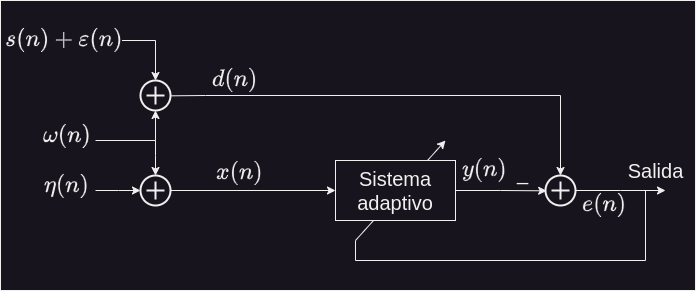
Above: Verilog/TP_final/doc/block_diagram.png in kevingiribuela/portfolio (draw.io), before the change. Source tidied: cells renumbered, new cells last; positions are measured from the earlier drawing's top-left corner, leaving out a move shared by most shapes. Its diagram source:
```xml
<mxGraphModel math="1">
  <root>
    <mxCell id="0" />
    <mxCell id="1" parent="0" />
    <mxCell id="2" style="rounded=0;whiteSpace=wrap;html=1;" parent="1" vertex="1">
      <mxGeometry width="695" height="290" as="geometry" />
    </mxCell>
    <mxCell id="3" style="edgeStyle=orthogonalEdgeStyle;rounded=0;jettySize=auto;html=1;endArrow=none;endFill=0;" parent="1" edge="1" source="12">
      <mxGeometry relative="1" as="geometry">
        <mxPoint x="355" y="240" as="targetPoint" />
        <Array as="points">
          <mxPoint x="645" y="190" />
          <mxPoint x="645" y="260" />
          <mxPoint x="355" y="260" />
        </Array>
      </mxGeometry>
    </mxCell>
    <mxCell id="4" value="$$ \omega(n)$$" style="edgeLabel;html=1;align=center;verticalAlign=middle;fontSize=20;" parent="1" vertex="1">
      <mxGeometry x="65" y="140" as="geometry">
        <mxPoint x="1" y="-5" as="offset" />
      </mxGeometry>
    </mxCell>
    <mxCell id="5" style="endArrow=classic;html=1;rounded=0;" parent="1" edge="1">
      <mxGeometry relative="1" as="geometry">
        <mxPoint x="355" y="240" as="sourcePoint" />
        <mxPoint x="445" y="140" as="targetPoint" />
      </mxGeometry>
    </mxCell>
    <mxCell id="6" value="Salida" style="edgeLabel;html=1;align=center;verticalAlign=middle;fontSize=20;" parent="1" vertex="1">
      <mxGeometry x="655" y="170" as="geometry" />
    </mxCell>
    <mxCell id="7" value="$$d(n)$$" style="edgeLabel;html=1;align=center;verticalAlign=middle;fontSize=20;spacing=0;" parent="1" vertex="1">
      <mxGeometry x="235" y="80" as="geometry">
        <mxPoint x="-1" y="-1" as="offset" />
      </mxGeometry>
    </mxCell>
    <mxCell id="8" value="$$e(n)$$" style="edgeLabel;html=1;align=center;verticalAlign=middle;fontSize=20;spacing=0;" parent="1" vertex="1">
      <mxGeometry x="605" y="205" as="geometry">
        <mxPoint x="-1" y="-1" as="offset" />
      </mxGeometry>
    </mxCell>
    <mxCell id="9" value="$$y(n)$$" style="edgeLabel;html=1;align=center;verticalAlign=middle;fontSize=20;spacing=0;" parent="1" vertex="1">
      <mxGeometry x="485" y="170" as="geometry">
        <mxPoint x="-1" y="-1" as="offset" />
      </mxGeometry>
    </mxCell>
    <mxCell id="10" style="edgeStyle=orthogonalEdgeStyle;rounded=0;jettySize=auto;html=1;entryX=0.039;entryY=0.511;entryDx=0;entryDy=0;entryPerimeter=0;" parent="1" edge="1" source="15" target="12">
      <mxGeometry relative="1" as="geometry" />
    </mxCell>
    <mxCell id="11" value="_" style="edgeLabel;html=1;align=center;verticalAlign=middle;fontSize=20;" parent="1" vertex="1">
      <mxGeometry x="515" y="150" as="geometry">
        <mxPoint x="7" y="22" as="offset" />
      </mxGeometry>
    </mxCell>
    <mxCell id="12" style="html=1;verticalLabelPosition=bottom;align=center;labelBackgroundColor=#ffffff;verticalAlign=top;strokeWidth=2;shadow=0;dashed=0;shape=mxgraph.ios7.icons.add;" parent="1" vertex="1">
      <mxGeometry x="545" y="175" width="30" height="30" as="geometry" />
    </mxCell>
    <mxCell id="13" style="edgeStyle=orthogonalEdgeStyle;rounded=0;jettySize=auto;html=1;" parent="1" edge="1" source="12">
      <mxGeometry relative="1" as="geometry">
        <mxPoint x="665" y="190" as="targetPoint" />
      </mxGeometry>
    </mxCell>
    <mxCell id="14" value="$$x(n) $$" style="edgeLabel;html=1;align=center;verticalAlign=middle;points=[];fontSize=20;" parent="1" vertex="1">
      <mxGeometry x="245" y="176.2" as="geometry">
        <mxPoint x="-6" y="-5" as="offset" />
      </mxGeometry>
    </mxCell>
    <mxCell id="15" value="Sistema&lt;br&gt;adaptivo" style="rounded=0;whiteSpace=wrap;html=1;fontSize=20;" parent="1" vertex="1">
      <mxGeometry x="335" y="160" width="120" height="60" as="geometry" />
    </mxCell>
    <mxCell id="16" style="edgeStyle=orthogonalEdgeStyle;rounded=0;jettySize=auto;html=1;startArrow=classic;startFill=1;endArrow=none;endFill=0;" parent="1" edge="1" source="19">
      <mxGeometry relative="1" as="geometry">
        <mxPoint x="95" y="140" as="targetPoint" />
        <Array as="points">
          <mxPoint x="155" y="140" />
        </Array>
      </mxGeometry>
    </mxCell>
    <mxCell id="17" style="edgeStyle=orthogonalEdgeStyle;rounded=0;jettySize=auto;html=1;startArrow=classic;startFill=1;endArrow=none;endFill=0;entryX=1;entryY=0.511;entryDx=0;entryDy=0;entryPerimeter=0;" parent="1" edge="1" source="12" target="19">
      <mxGeometry relative="1" as="geometry">
        <Array as="points">
          <mxPoint x="560" y="95" />
          <mxPoint x="205" y="95" />
        </Array>
      </mxGeometry>
    </mxCell>
    <mxCell id="18" style="edgeStyle=orthogonalEdgeStyle;rounded=0;jettySize=auto;html=1;startArrow=classic;startFill=1;endArrow=none;endFill=0;" parent="1" edge="1" source="19">
      <mxGeometry relative="1" as="geometry">
        <mxPoint x="115" y="40" as="targetPoint" />
        <Array as="points">
          <mxPoint x="155" y="40" />
        </Array>
      </mxGeometry>
    </mxCell>
    <mxCell id="19" style="html=1;verticalLabelPosition=bottom;align=center;labelBackgroundColor=#ffffff;verticalAlign=top;strokeWidth=2;shadow=0;dashed=0;shape=mxgraph.ios7.icons.add;" parent="1" vertex="1">
      <mxGeometry x="140" y="80" width="30" height="30" as="geometry" />
    </mxCell>
    <mxCell id="20" value="$$ s(n)+\varepsilon(n)$$" style="edgeLabel;html=1;align=center;verticalAlign=middle;fontSize=20;" parent="1" vertex="1">
      <mxGeometry x="65" y="41.2" as="geometry">
        <mxPoint x="-2" y="-3" as="offset" />
      </mxGeometry>
    </mxCell>
    <mxCell id="21" style="edgeStyle=orthogonalEdgeStyle;rounded=0;jettySize=auto;html=1;entryX=0;entryY=0.5;entryDx=0;entryDy=0;" parent="1" edge="1" source="24" target="15">
      <mxGeometry relative="1" as="geometry" />
    </mxCell>
    <mxCell id="22" style="edgeStyle=orthogonalEdgeStyle;rounded=0;jettySize=auto;html=1;startArrow=classic;startFill=1;endArrow=none;endFill=0;" parent="1" edge="1" source="24">
      <mxGeometry relative="1" as="geometry">
        <mxPoint x="155" y="140" as="targetPoint" />
      </mxGeometry>
    </mxCell>
    <mxCell id="23" style="edgeStyle=orthogonalEdgeStyle;rounded=0;jettySize=auto;html=1;startArrow=classic;startFill=1;endArrow=none;endFill=0;" parent="1" edge="1" source="24">
      <mxGeometry relative="1" as="geometry">
        <mxPoint x="95" y="190" as="targetPoint" />
      </mxGeometry>
    </mxCell>
    <mxCell id="24" style="html=1;verticalLabelPosition=bottom;align=center;labelBackgroundColor=#ffffff;verticalAlign=top;strokeWidth=2;shadow=0;dashed=0;shape=mxgraph.ios7.icons.add;" parent="1" vertex="1">
      <mxGeometry x="140" y="175" width="30" height="30" as="geometry" />
    </mxCell>
    <mxCell id="25" value="$$ \eta(n)$$" style="edgeLabel;html=1;align=center;verticalAlign=middle;points=[];fontSize=20;" parent="1" vertex="1">
      <mxGeometry x="65" y="190" as="geometry">
        <mxPoint x="1" y="-5" as="offset" />
      </mxGeometry>
    </mxCell>
  </root>
</mxGraphModel>
```
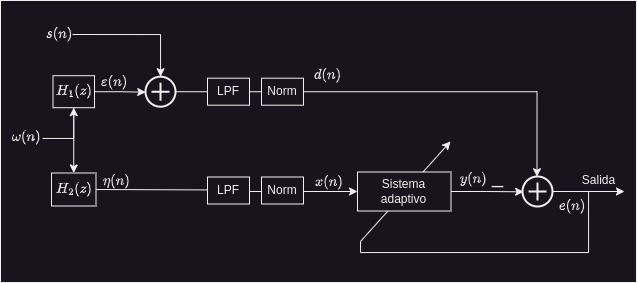
Above is the later version.

What changed in the source:
```diff
@@ -3,123 +3,137 @@
     <mxCell id="0" />
     <mxCell id="1" parent="0" />
     <mxCell id="2" style="rounded=0;whiteSpace=wrap;html=1;" parent="1" vertex="1">
-      <mxGeometry width="695" height="290" as="geometry" />
+      <mxGeometry x="305" y="-484" width="636" height="282" as="geometry" />
     </mxCell>
-    <mxCell id="3" style="edgeStyle=orthogonalEdgeStyle;rounded=0;jettySize=auto;html=1;endArrow=none;endFill=0;" parent="1" edge="1" source="12">
-      <mxGeometry relative="1" as="geometry">
-        <mxPoint x="355" y="240" as="targetPoint" />
-        <Array as="points">
-          <mxPoint x="645" y="190" />
-          <mxPoint x="645" y="260" />
-          <mxPoint x="355" y="260" />
-        </Array>
+    <mxCell id="3" value="$$ \eta(n)$$" style="edgeLabel;html=1;align=center;verticalAlign=middle;fontSize=12;" parent="1" vertex="1">
+      <mxGeometry x="422.5" y="-301" as="geometry">
+        <mxPoint x="-2" y="-3" as="offset" />
       </mxGeometry>
     </mxCell>
-    <mxCell id="4" value="$$ \omega(n)$$" style="edgeLabel;html=1;align=center;verticalAlign=middle;fontSize=20;" parent="1" vertex="1">
-      <mxGeometry x="65" y="140" as="geometry">
-        <mxPoint x="1" y="-5" as="offset" />
+    <mxCell id="4" value="$$ \varepsilon(n)$$" style="edgeLabel;html=1;align=center;verticalAlign=middle;fontSize=12;" parent="1" vertex="1">
+      <mxGeometry x="420" y="-400" as="geometry">
+        <mxPoint x="-2" y="-3" as="offset" />
       </mxGeometry>
     </mxCell>
-    <mxCell id="5" style="endArrow=classic;html=1;rounded=0;" parent="1" edge="1">
+    <mxCell id="5" style="edgeStyle=orthogonalEdgeStyle;rounded=0;jettySize=auto;html=1;endArrow=none;endFill=0;" parent="1" edge="1" source="14">
       <mxGeometry relative="1" as="geometry">
-        <mxPoint x="355" y="240" as="sourcePoint" />
-        <mxPoint x="445" y="140" as="targetPoint" />
+        <mxPoint x="665" y="-243" as="targetPoint" />
+        <Array as="points">
+          <mxPoint x="893" y="-293" />
+          <mxPoint x="893" y="-232" />
+          <mxPoint x="665" y="-232" />
+        </Array>
       </mxGeometry>
     </mxCell>
-    <mxCell id="6" value="Salida" style="edgeLabel;html=1;align=center;verticalAlign=middle;fontSize=20;" parent="1" vertex="1">
-      <mxGeometry x="655" y="170" as="geometry" />
+    <mxCell id="6" value="$$ \omega(n)$$" style="edgeLabel;html=1;align=center;verticalAlign=middle;fontSize=12;" parent="1" vertex="1">
+      <mxGeometry x="329" y="-343" as="geometry">
+        <mxPoint x="1" y="-5" as="offset" />
+      </mxGeometry>
     </mxCell>
-    <mxCell id="7" value="$$d(n)$$" style="edgeLabel;html=1;align=center;verticalAlign=middle;fontSize=20;spacing=0;" parent="1" vertex="1">
-      <mxGeometry x="235" y="80" as="geometry">
-        <mxPoint x="-1" y="-1" as="offset" />
+    <mxCell id="7" style="endArrow=classic;html=1;rounded=0;" parent="1" edge="1">
+      <mxGeometry relative="1" as="geometry">
+        <mxPoint x="665" y="-243" as="sourcePoint" />
+        <mxPoint x="755" y="-343" as="targetPoint" />
       </mxGeometry>
     </mxCell>
-    <mxCell id="8" value="$$e(n)$$" style="edgeLabel;html=1;align=center;verticalAlign=middle;fontSize=20;spacing=0;" parent="1" vertex="1">
-      <mxGeometry x="605" y="205" as="geometry">
-        <mxPoint x="-1" y="-1" as="offset" />
-      </mxGeometry>
+    <mxCell id="8" value="Salida" style="edgeLabel;html=1;align=center;verticalAlign=middle;fontSize=12;" parent="1" vertex="1">
+      <mxGeometry x="902" y="-305" as="geometry" />
     </mxCell>
-    <mxCell id="9" value="$$y(n)$$" style="edgeLabel;html=1;align=center;verticalAlign=middle;fontSize=20;spacing=0;" parent="1" vertex="1">
-      <mxGeometry x="485" y="170" as="geometry">
+    <mxCell id="9" value="$$d(n)$$" style="edgeLabel;html=1;align=center;verticalAlign=middle;fontSize=12;spacing=0;" parent="1" vertex="1">
+      <mxGeometry x="632" y="-408.8" as="geometry">
         <mxPoint x="-1" y="-1" as="offset" />
       </mxGeometry>
     </mxCell>
-    <mxCell id="10" style="edgeStyle=orthogonalEdgeStyle;rounded=0;jettySize=auto;html=1;entryX=0.039;entryY=0.511;entryDx=0;entryDy=0;entryPerimeter=0;" parent="1" edge="1" source="15" target="12">
-      <mxGeometry relative="1" as="geometry" />
+    <mxCell id="10" value="$$e(n)$$" style="edgeLabel;html=1;align=center;verticalAlign=middle;fontSize=12;spacing=0;" parent="1" vertex="1">
+      <mxGeometry x="877" y="-278" as="geometry">
+        <mxPoint x="-1" y="-1" as="offset" />
+      </mxGeometry>
     </mxCell>
-    <mxCell id="11" value="_" style="edgeLabel;html=1;align=center;verticalAlign=middle;fontSize=20;" parent="1" vertex="1">
-      <mxGeometry x="515" y="150" as="geometry">
-        <mxPoint x="7" y="22" as="offset" />
+    <mxCell id="11" value="$$y(n)$$" style="edgeLabel;html=1;align=center;verticalAlign=middle;fontSize=12;spacing=0;" parent="1" vertex="1">
+      <mxGeometry x="773" y="-307.5" as="geometry">
+        <mxPoint x="4" y="2" as="offset" />
       </mxGeometry>
     </mxCell>
-    <mxCell id="12" style="html=1;verticalLabelPosition=bottom;align=center;labelBackgroundColor=#ffffff;verticalAlign=top;strokeWidth=2;shadow=0;dashed=0;shape=mxgraph.ios7.icons.add;" parent="1" vertex="1">
-      <mxGeometry x="545" y="175" width="30" height="30" as="geometry" />
+    <mxCell id="12" style="edgeStyle=orthogonalEdgeStyle;rounded=0;jettySize=auto;html=1;entryX=0.039;entryY=0.511;entryDx=0;entryDy=0;entryPerimeter=0;" parent="1" edge="1" source="17" target="14">
+      <mxGeometry relative="1" as="geometry" />
     </mxCell>
-    <mxCell id="13" style="edgeStyle=orthogonalEdgeStyle;rounded=0;jettySize=auto;html=1;" parent="1" edge="1" source="12">
-      <mxGeometry relative="1" as="geometry">
-        <mxPoint x="665" y="190" as="targetPoint" />
+    <mxCell id="13" value="_" style="edgeLabel;html=1;align=center;verticalAlign=middle;fontSize=20;" parent="1" vertex="1">
+      <mxGeometry x="794" y="-332" as="geometry">
+        <mxPoint x="7" y="22" as="offset" />
       </mxGeometry>
     </mxCell>
-    <mxCell id="14" value="$$x(n) $$" style="edgeLabel;html=1;align=center;verticalAlign=middle;points=[];fontSize=20;" parent="1" vertex="1">
-      <mxGeometry x="245" y="176.2" as="geometry">
-        <mxPoint x="-6" y="-5" as="offset" />
-      </mxGeometry>
+    <mxCell id="14" style="html=1;verticalLabelPosition=bottom;align=center;labelBackgroundColor=#ffffff;verticalAlign=top;strokeWidth=2;shadow=0;dashed=0;shape=mxgraph.ios7.icons.add;" parent="1" vertex="1">
+      <mxGeometry x="827" y="-308" width="30" height="30" as="geometry" />
     </mxCell>
-    <mxCell id="15" value="Sistema&lt;br&gt;adaptivo" style="rounded=0;whiteSpace=wrap;html=1;fontSize=20;" parent="1" vertex="1">
-      <mxGeometry x="335" y="160" width="120" height="60" as="geometry" />
+    <mxCell id="15" style="edgeStyle=orthogonalEdgeStyle;rounded=0;jettySize=auto;html=1;" parent="1" edge="1" source="14">
+      <mxGeometry relative="1" as="geometry">
+        <mxPoint x="929" y="-293" as="targetPoint" />
+      </mxGeometry>
     </mxCell>
-    <mxCell id="16" style="edgeStyle=orthogonalEdgeStyle;rounded=0;jettySize=auto;html=1;startArrow=classic;startFill=1;endArrow=none;endFill=0;" parent="1" edge="1" source="19">
-      <mxGeometry relative="1" as="geometry">
-        <mxPoint x="95" y="140" as="targetPoint" />
-        <Array as="points">
-          <mxPoint x="155" y="140" />
-        </Array>
+    <mxCell id="16" value="$$x(n) $$" style="edgeLabel;html=1;align=center;verticalAlign=middle;fontSize=12;" parent="1" vertex="1">
+      <mxGeometry x="638" y="-298" as="geometry">
+        <mxPoint x="-6" y="-5" as="offset" />
       </mxGeometry>
     </mxCell>
-    <mxCell id="17" style="edgeStyle=orthogonalEdgeStyle;rounded=0;jettySize=auto;html=1;startArrow=classic;startFill=1;endArrow=none;endFill=0;entryX=1;entryY=0.511;entryDx=0;entryDy=0;entryPerimeter=0;" parent="1" edge="1" source="12" target="19">
-      <mxGeometry relative="1" as="geometry">
-        <Array as="points">
-          <mxPoint x="560" y="95" />
-          <mxPoint x="205" y="95" />
-        </Array>
-      </mxGeometry>
+    <mxCell id="17" value="Sistema&lt;br style=&quot;font-size: 12px;&quot;&gt;adaptivo" style="rounded=0;whiteSpace=wrap;html=1;fontSize=12;" parent="1" vertex="1">
+      <mxGeometry x="662" y="-312.5" width="93.5" height="39" as="geometry" />
     </mxCell>
-    <mxCell id="18" style="edgeStyle=orthogonalEdgeStyle;rounded=0;jettySize=auto;html=1;startArrow=classic;startFill=1;endArrow=none;endFill=0;" parent="1" edge="1" source="19">
-      <mxGeometry relative="1" as="geometry">
-        <mxPoint x="115" y="40" as="targetPoint" />
-        <Array as="points">
-          <mxPoint x="155" y="40" />
-        </Array>
+    <mxCell id="18" value="$$ s(n)$$" style="edgeLabel;html=1;align=center;verticalAlign=middle;fontSize=12;" parent="1" vertex="1">
+      <mxGeometry x="365" y="-448" as="geometry">
+        <mxPoint x="-2" y="-3" as="offset" />
       </mxGeometry>
     </mxCell>
-    <mxCell id="19" style="html=1;verticalLabelPosition=bottom;align=center;labelBackgroundColor=#ffffff;verticalAlign=top;strokeWidth=2;shadow=0;dashed=0;shape=mxgraph.ios7.icons.add;" parent="1" vertex="1">
-      <mxGeometry x="140" y="80" width="30" height="30" as="geometry" />
+    <mxCell id="19" style="edgeStyle=orthogonalEdgeStyle;rounded=0;jettySize=auto;html=1;entryX=0;entryY=0.5;entryDx=0;entryDy=0;" parent="1" edge="1" target="17">
+      <mxGeometry relative="1" as="geometry">
+        <mxPoint x="397.5" y="-295" as="sourcePoint" />
+      </mxGeometry>
     </mxCell>
-    <mxCell id="20" value="$$ s(n)+\varepsilon(n)$$" style="edgeLabel;html=1;align=center;verticalAlign=middle;fontSize=20;" parent="1" vertex="1">
-      <mxGeometry x="65" y="41.2" as="geometry">
-        <mxPoint x="-2" y="-3" as="offset" />
-      </mxGeometry>
+    <mxCell id="20" style="edgeStyle=orthogonalEdgeStyle;rounded=0;jettySize=auto;html=1;entryX=0.5;entryY=1;entryDx=0;entryDy=0;endArrow=none;endFill=0;startArrow=classic;startFill=1;" parent="1" edge="1" source="21" target="23">
+      <mxGeometry relative="1" as="geometry" />
     </mxCell>
-    <mxCell id="21" style="edgeStyle=orthogonalEdgeStyle;rounded=0;jettySize=auto;html=1;entryX=0;entryY=0.5;entryDx=0;entryDy=0;" parent="1" edge="1" source="24" target="15">
-      <mxGeometry relative="1" as="geometry" />
+    <mxCell id="21" value="$$H_2(z)$$" style="rounded=0;whiteSpace=wrap;html=1;fontSize=12;" parent="1" vertex="1">
+      <mxGeometry x="356" y="-311.5" width="44.5" height="33" as="geometry" />
     </mxCell>
-    <mxCell id="22" style="edgeStyle=orthogonalEdgeStyle;rounded=0;jettySize=auto;html=1;startArrow=classic;startFill=1;endArrow=none;endFill=0;" parent="1" edge="1" source="24">
+    <mxCell id="22" style="edgeStyle=orthogonalEdgeStyle;rounded=0;jettySize=auto;html=1;startArrow=classic;startFill=1;endArrow=none;endFill=0;" parent="1" edge="1" source="23">
       <mxGeometry relative="1" as="geometry">
-        <mxPoint x="155" y="140" as="targetPoint" />
+        <mxPoint x="347" y="-346" as="targetPoint" />
+        <Array as="points">
+          <mxPoint x="378" y="-346" />
+          <mxPoint x="347" y="-346" />
+        </Array>
       </mxGeometry>
     </mxCell>
-    <mxCell id="23" style="edgeStyle=orthogonalEdgeStyle;rounded=0;jettySize=auto;html=1;startArrow=classic;startFill=1;endArrow=none;endFill=0;" parent="1" edge="1" source="24">
-      <mxGeometry relative="1" as="geometry">
-        <mxPoint x="95" y="190" as="targetPoint" />
-      </mxGeometry>
+    <mxCell id="23" value="$$H_1(z)$$" style="rounded=0;whiteSpace=wrap;html=1;fontSize=12;" parent="1" vertex="1">
+      <mxGeometry x="357.5" y="-408.8" width="41.5" height="32" as="geometry" />
     </mxCell>
-    <mxCell id="24" style="html=1;verticalLabelPosition=bottom;align=center;labelBackgroundColor=#ffffff;verticalAlign=top;strokeWidth=2;shadow=0;dashed=0;shape=mxgraph.ios7.icons.add;" parent="1" vertex="1">
-      <mxGeometry x="140" y="175" width="30" height="30" as="geometry" />
+    <mxCell id="24" style="edgeStyle=orthogonalEdgeStyle;rounded=0;jettySize=auto;html=1;startArrow=classic;startFill=1;endArrow=none;endFill=0;" parent="1" edge="1" source="25">
+      <mxGeometry relative="1" as="geometry">
+        <mxPoint x="377" y="-450" as="targetPoint" />
+        <Array as="points">
+          <mxPoint x="465" y="-450" />
+        </Array>
+      </mxGeometry>
     </mxCell>
-    <mxCell id="25" value="$$ \eta(n)$$" style="edgeLabel;html=1;align=center;verticalAlign=middle;points=[];fontSize=20;" parent="1" vertex="1">
-      <mxGeometry x="65" y="190" as="geometry">
-        <mxPoint x="1" y="-5" as="offset" />
-      </mxGeometry>
+    <mxCell id="25" style="html=1;verticalLabelPosition=bottom;align=center;labelBackgroundColor=#ffffff;verticalAlign=top;strokeWidth=2;shadow=0;dashed=0;shape=mxgraph.ios7.icons.add;direction=south;" parent="1" vertex="1">
+      <mxGeometry x="450" y="-407.8" width="30" height="30" as="geometry" />
     </mxCell>
+    <mxCell id="26" style="edgeStyle=orthogonalEdgeStyle;rounded=0;jettySize=auto;html=1;entryX=0.515;entryY=0.992;entryDx=0;entryDy=0;entryPerimeter=0;" parent="1" edge="1" source="23" target="25">
+      <mxGeometry relative="1" as="geometry" />
+    </mxCell>
+    <mxCell id="27" style="edgeStyle=orthogonalEdgeStyle;rounded=0;jettySize=auto;html=1;entryX=0.483;entryY=0.008;entryDx=0;entryDy=0;entryPerimeter=0;" parent="1" edge="1" source="25" target="14">
+      <mxGeometry relative="1" as="geometry" />
+    </mxCell>
+    <mxCell id="28" value="LPF" style="rounded=0;whiteSpace=wrap;html=1;" parent="1" vertex="1">
+      <mxGeometry x="512" y="-406.3" width="42" height="27" as="geometry" />
+    </mxCell>
+    <mxCell id="29" value="LPF" style="rounded=0;whiteSpace=wrap;html=1;" parent="1" vertex="1">
+      <mxGeometry x="512" y="-307.5" width="42" height="27" as="geometry" />
+    </mxCell>
+    <mxCell id="30" value="Norm" style="rounded=0;whiteSpace=wrap;html=1;" parent="1" vertex="1">
+      <mxGeometry x="566" y="-406.3" width="42" height="27" as="geometry" />
+    </mxCell>
+    <mxCell id="31" value="Norm" style="rounded=0;whiteSpace=wrap;html=1;" parent="1" vertex="1">
+      <mxGeometry x="566" y="-307.5" width="42" height="27" as="geometry" />
+    </mxCell>
   </root>
 </mxGraphModel>
```
